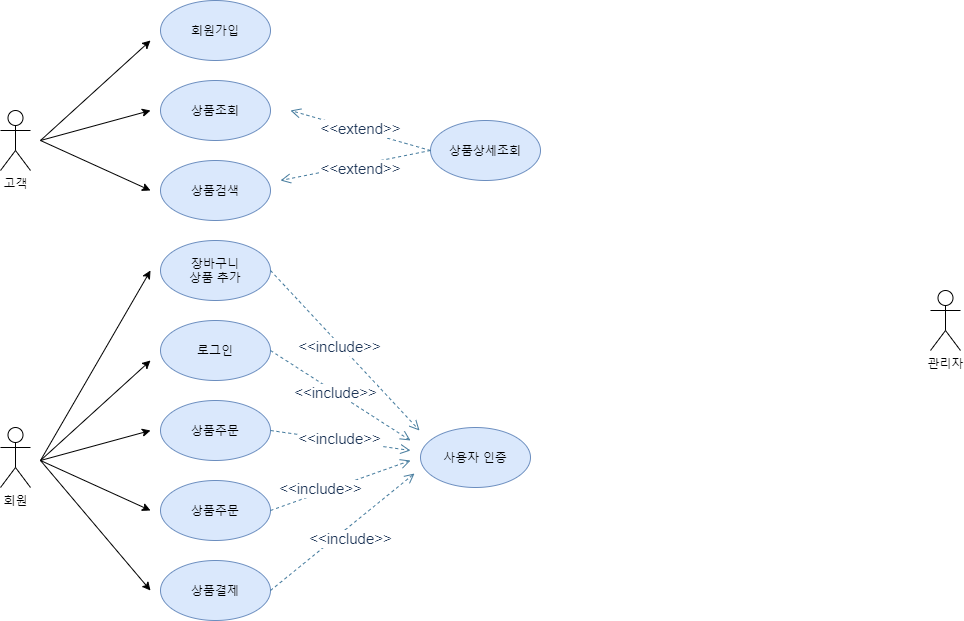
The draw.io diagram Actor Diagram.png in osiris0607/Project, before a commit. Source tidied: cells renumbered, new cells last; positions are measured from the earlier drawing's top-left corner, leaving out a move shared by most shapes.
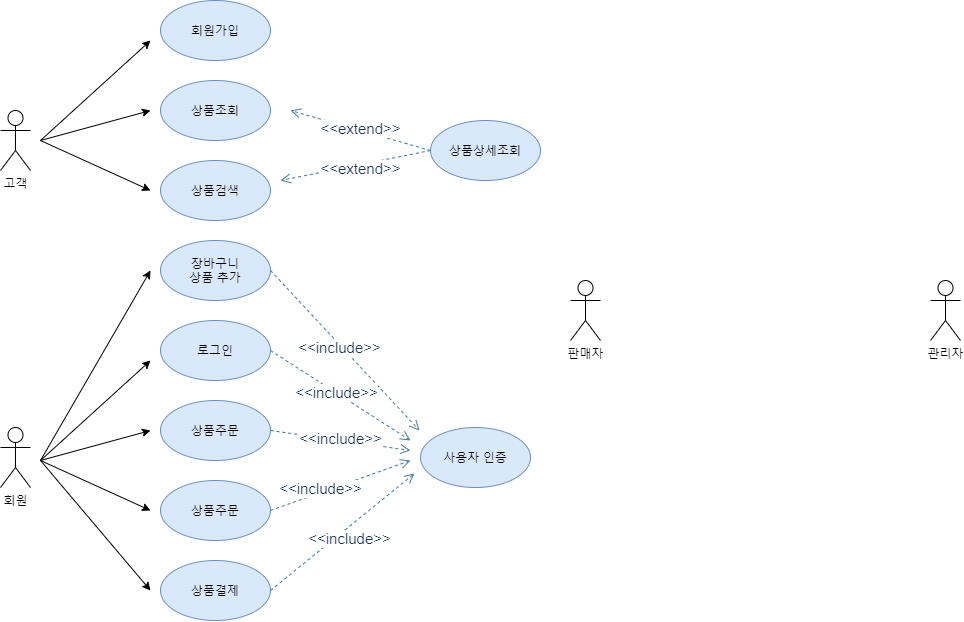
Later version of the same file.

What changed in the source:
```diff
@@ -9,7 +9,7 @@
       <mxGeometry y="427" width="30" height="60" as="geometry" />
     </mxCell>
     <mxCell id="4" value="관리자" style="shape=umlActor;verticalLabelPosition=bottom;verticalAlign=top;html=1;" parent="1" vertex="1">
-      <mxGeometry x="930" y="290" width="30" height="60" as="geometry" />
+      <mxGeometry x="930" y="280" width="30" height="60" as="geometry" />
     </mxCell>
     <mxCell id="5" value="회원가입" style="ellipse;whiteSpace=wrap;html=1;fillColor=#dae8fc;strokeColor=#6c8ebf;" parent="1" vertex="1">
       <mxGeometry x="160" width="110" height="60" as="geometry" />
@@ -126,5 +126,8 @@
         <mxPoint x="410" y="440" as="targetPoint" />
       </mxGeometry>
     </mxCell>
+    <mxCell id="30" value="판매자" style="shape=umlActor;verticalLabelPosition=bottom;verticalAlign=top;html=1;" parent="1" vertex="1">
+      <mxGeometry x="570" y="280" width="30" height="60" as="geometry" />
+    </mxCell>
   </root>
 </mxGraphModel>
```
